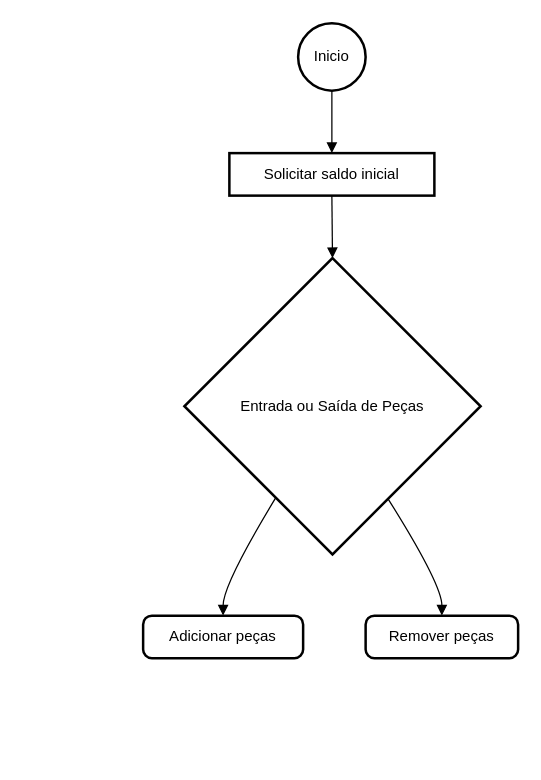
iTop1337/curso_senai keeps this draw.io diagram as 04 atividade .drawio. Above is the earlier version. Source tidied: cells renumbered, new cells numbered last; positions are measured from the earlier drawing's top-left corner, leaving out a move shared by most shapes. Both pictures are drawn from the tidied source at 125%, with x=0, y=0 at pixel (142, 22).
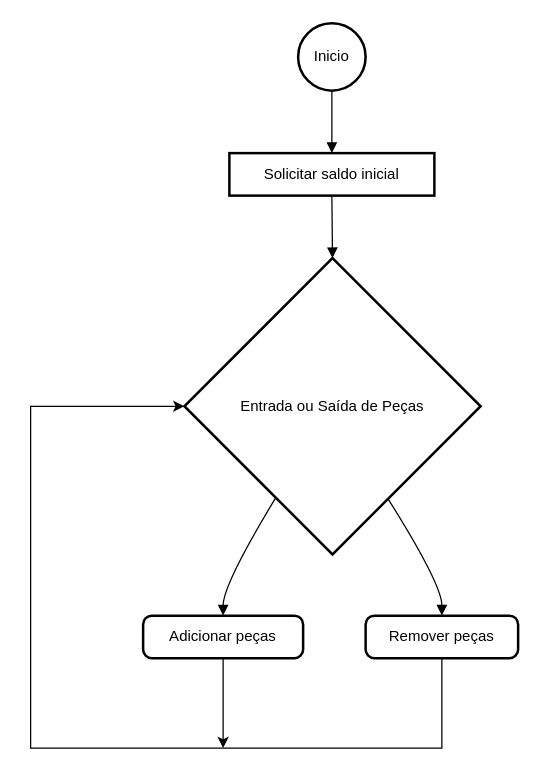
After the change.

Change to the diagram source:
```diff
@@
 <mxGraphModel>
   <root>
     <mxCell id="0" />
     <mxCell id="1" parent="0" />
     <mxCell id="2" value="Inicio" style="ellipse;strokeWidth=2;whiteSpace=wrap;" parent="1" vertex="1">
       <mxGeometry x="124" width="54" height="54" as="geometry" />
     </mxCell>
     <mxCell id="3" value="Solicitar saldo inicial" style="whiteSpace=wrap;strokeWidth=2;" parent="1" vertex="1">
       <mxGeometry x="69" y="104" width="164" height="34" as="geometry" />
     </mxCell>
     <mxCell id="4" value="Entrada ou Saída de Peças" style="rhombus;strokeWidth=2;whiteSpace=wrap;" parent="1" vertex="1">
       <mxGeometry x="33" y="188" width="237" height="237" as="geometry" />
     </mxCell>
+    <mxCell id="11" style="edgeStyle=orthogonalEdgeStyle;rounded=0;jettySize=auto;html=1;" parent="1" edge="1" source="5">
+      <mxGeometry relative="1" as="geometry">
+        <mxPoint x="64" y="580" as="targetPoint" />
+      </mxGeometry>
+    </mxCell>
     <mxCell id="5" value="Adicionar peças" style="rounded=1;absoluteArcSize=1;arcSize=14;whiteSpace=wrap;strokeWidth=2;" parent="1" vertex="1">
       <mxGeometry y="474" width="128" height="34" as="geometry" />
     </mxCell>
+    <mxCell id="12" style="edgeStyle=orthogonalEdgeStyle;rounded=0;jettySize=auto;html=1;entryX=0;entryY=0.5;entryDx=0;entryDy=0;" parent="1" edge="1" source="6" target="4">
+      <mxGeometry relative="1" as="geometry">
+        <Array as="points">
+          <mxPoint x="239" y="580" />
+          <mxPoint x="-90" y="580" />
+          <mxPoint x="-90" y="307" />
+        </Array>
+      </mxGeometry>
+    </mxCell>
     <mxCell id="6" value="Remover peças" style="rounded=1;absoluteArcSize=1;arcSize=14;whiteSpace=wrap;strokeWidth=2;" parent="1" vertex="1">
       <mxGeometry x="178" y="474" width="122" height="34" as="geometry" />
     </mxCell>
     <mxCell id="7" style="curved=1;startArrow=none;endArrow=block;exitX=0.51;exitY=1;entryX=0.5;entryY=0;" parent="1" edge="1" source="2" target="3">
       <mxGeometry relative="1" as="geometry" />
     </mxCell>
     <mxCell id="8" style="curved=1;startArrow=none;endArrow=block;exitX=0.5;exitY=1;entryX=0.5;entryY=0;" parent="1" edge="1" source="3" target="4">
       <mxGeometry relative="1" as="geometry" />
     </mxCell>
     <mxCell id="9" style="curved=1;startArrow=none;endArrow=block;exitX=0.19;exitY=1;entryX=0.5;entryY=0.01;" parent="1" edge="1" source="4" target="5">
       <mxGeometry relative="1" as="geometry">
         <Array as="points">
           <mxPoint x="64" y="449" />
         </Array>
       </mxGeometry>
     </mxCell>
     <mxCell id="10" style="curved=1;startArrow=none;endArrow=block;exitX=0.8;exitY=1;entryX=0.5;entryY=0.01;" parent="1" edge="1" source="4" target="6">
       <mxGeometry relative="1" as="geometry">
         <Array as="points">
           <mxPoint x="239" y="449" />
         </Array>
       </mxGeometry>
     </mxCell>
   </root>
 </mxGraphModel>
```
